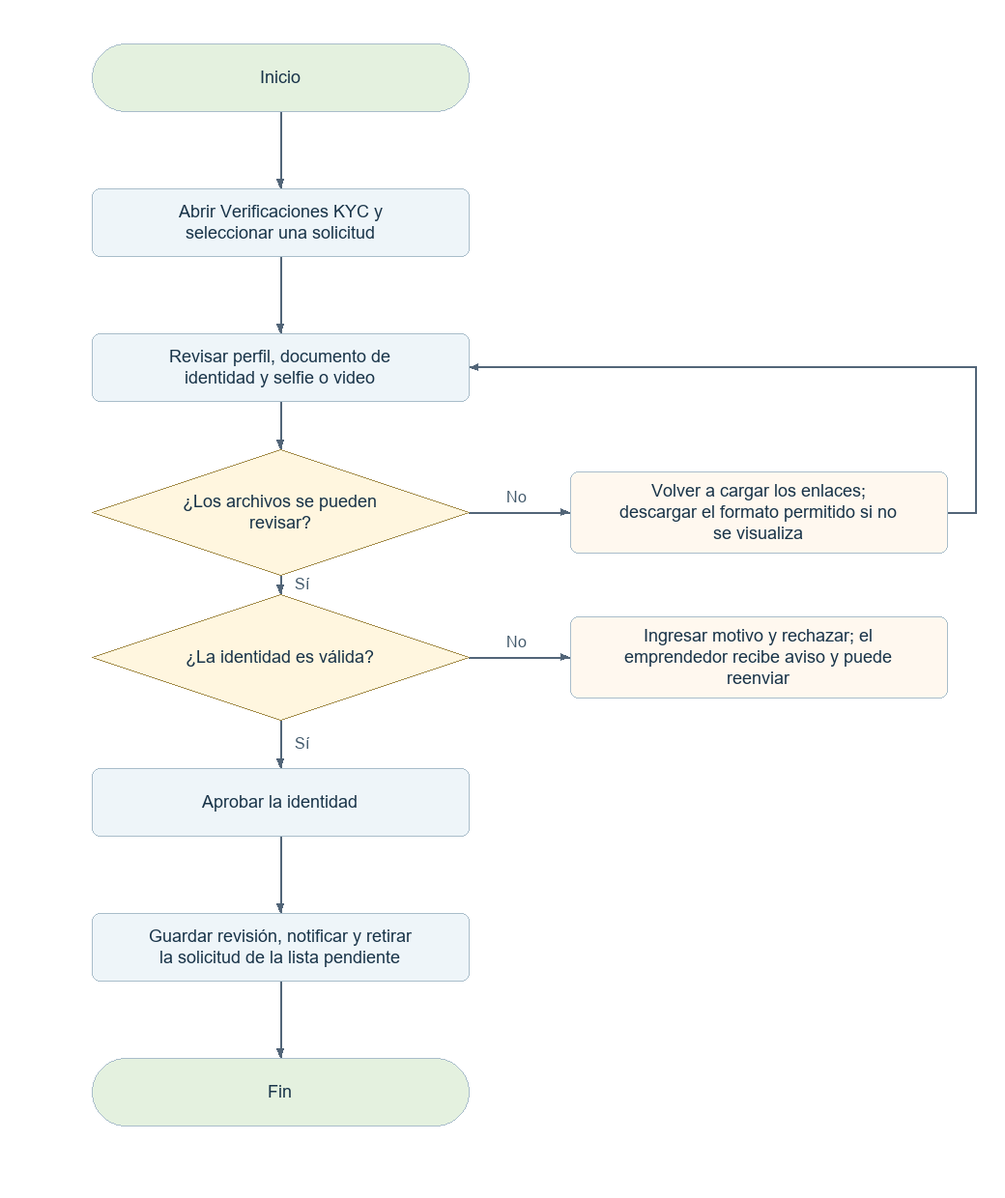
This is docs/diagramas-web/png/A04.png from elingeyesdev/t3-crowdfunding-inversion, a Mermaid export, as it was before one commit. Its source is kept beside it as docs/diagramas-web/mermaid/A04.mmd. Its diagram source:
```mermaid
flowchart TD
  N0(["Inicio"])
  N0 --> N1
  N1["Abrir Verificaciones KYC y seleccionar una solicitud"]
  N1 --> N2
  N2["Revisar perfil, documento de identidad y selfie o video"]
  N2 --> N3
  N3{"¿Los archivos se pueden revisar?"}
  N3 -->|"Sí"| N4
  B3["Volver a cargar los enlaces; descargar el formato permitido si no se visualiza"]
  N3 -->|"No"| B3
  B3 --> N2
  N4{"¿La identidad es válida?"}
  N4 -->|"Sí"| N5
  B4(["Ingresar motivo y rechazar; el emprendedor recibe aviso y puede reenviar"])
  N4 -->|"No"| B4
  N5["Aprobar la identidad"]
  N5 --> N6
  N6["Guardar revisión, notificar y retirar la solicitud de la lista pendiente"]
  N6 --> N7
  N7(["Fin"])
```
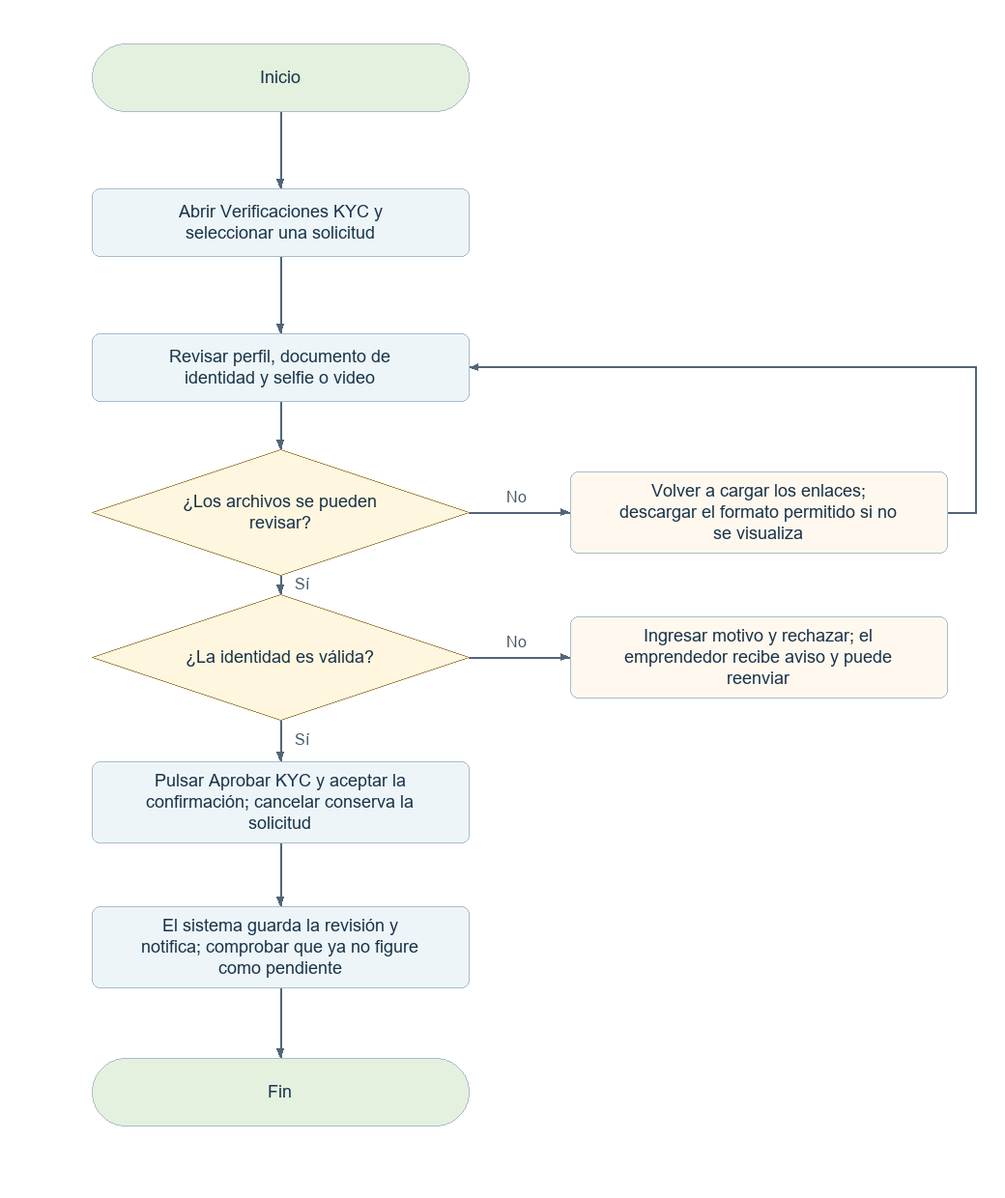
Later version of the same file.

Change to the diagram source:
```diff
@@ -14,8 +14,8 @@
   N4 -->|"Sí"| N5
   B4(["Ingresar motivo y rechazar; el emprendedor recibe aviso y puede reenviar"])
   N4 -->|"No"| B4
-  N5["Aprobar la identidad"]
+  N5["Pulsar Aprobar KYC y aceptar la confirmación; cancelar conserva la solicitud"]
   N5 --> N6
-  N6["Guardar revisión, notificar y retirar la solicitud de la lista pendiente"]
+  N6["El sistema guarda la revisión y notifica; comprobar que ya no figure como pendiente"]
   N6 --> N7
   N7(["Fin"])
```
